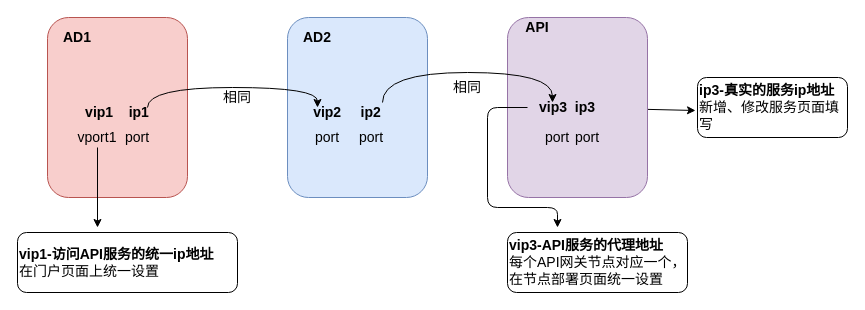
The draw.io diagram page "AD与API服务的底层ip关系" (6 of 9) of 国税总局迭代三设计.drawio in helemile/notes, before the edit. Source tidied: cells renumbered, new cells numbered last; positions are measured from the earlier drawing's top-left corner, leaving out a move shared by most shapes. Both pictures are drawn from the tidied source at 100%, with x=0, y=0 at pixel (17, 17).
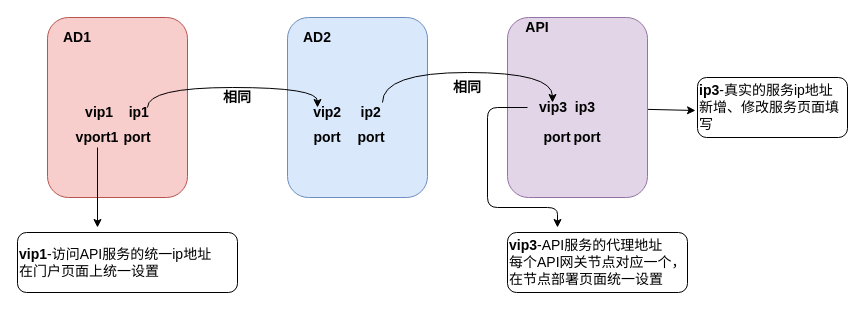
Above is the later version.

The change refers to these unchanged cells:
```xml
<mxCell id="12" value="vip3&amp;nbsp; ip3" style="text;html=1;strokeColor=none;fillColor=none;align=center;verticalAlign=middle;whiteSpace=wrap;rounded=0;fontStyle=1;fontSize=14;" parent="1" vertex="1">
  <mxGeometry x="510" y="50" width="80" height="80" as="geometry" />
</mxCell>
```

Diff of the diagram source:
```diff
@@
-    <mxCell id="2" value="&lt;b&gt;vip1-访问API服务的统一ip地址&lt;/b&gt;&lt;br&gt;在门户页面上统一设置" style="rounded=1;whiteSpace=wrap;html=1;fontSize=14;align=left;" parent="1" vertex="1">
+    <mxCell id="2" value="&lt;b&gt;vip1&lt;/b&gt;-访问API服务的统一ip地址&lt;br&gt;在门户页面上统一设置" style="rounded=1;whiteSpace=wrap;html=1;fontSize=14;align=left;fontStyle=0;" parent="1" vertex="1">
       <mxGeometry y="215" width="220" height="60" as="geometry" />
     </mxCell>
-    <mxCell id="3" style="endArrow=classic;html=1;fontSize=14;" parent="1" edge="1" source="12">
+    <mxCell id="3" style="endArrow=classic;html=1;fontSize=14;fontStyle=1;" parent="1" edge="1" source="12">
       <mxGeometry relative="1" as="geometry">
         <mxPoint x="678" y="93" as="targetPoint" />
       </mxGeometry>
     </mxCell>
@@
-    <mxCell id="15" value="相同" style="text;html=1;strokeColor=none;fillColor=none;align=center;verticalAlign=middle;whiteSpace=wrap;rounded=0;fontSize=14;" parent="1" vertex="1">
+    <mxCell id="15" value="相同" style="text;html=1;strokeColor=none;fillColor=none;align=center;verticalAlign=middle;whiteSpace=wrap;rounded=0;fontSize=14;fontStyle=1;" parent="1" vertex="1">
       <mxGeometry x="200" y="70" width="40" height="20" as="geometry" />
     </mxCell>
-    <mxCell id="16" value="相同" style="text;html=1;strokeColor=none;fillColor=none;align=center;verticalAlign=middle;whiteSpace=wrap;rounded=0;fontSize=14;" parent="1" vertex="1">
+    <mxCell id="16" value="相同" style="text;html=1;strokeColor=none;fillColor=none;align=center;verticalAlign=middle;whiteSpace=wrap;rounded=0;fontSize=14;fontStyle=1;" parent="1" vertex="1">
       <mxGeometry x="430" y="60" width="40" height="20" as="geometry" />
     </mxCell>
-    <mxCell id="17" style="endArrow=classic;html=1;fontSize=14;" parent="1" edge="1">
+    <mxCell id="17" style="endArrow=classic;html=1;fontSize=14;fontStyle=1;" parent="1" edge="1">
       <mxGeometry relative="1" as="geometry">
         <mxPoint x="80" y="130" as="sourcePoint" />
         <mxPoint x="80" y="210" as="targetPoint" />
       </mxGeometry>
     </mxCell>
-    <mxCell id="18" value="&lt;b&gt;ip3-真实的服务ip地址&lt;/b&gt;&lt;br&gt;新增、修改服务页面填写" style="rounded=1;whiteSpace=wrap;html=1;fontSize=14;align=left;" parent="1" vertex="1">
+    <mxCell id="18" value="&lt;b&gt;ip3&lt;/b&gt;-真实的服务ip地址&lt;br&gt;新增、修改服务页面填写" style="rounded=1;whiteSpace=wrap;html=1;fontSize=14;align=left;fontStyle=0;" parent="1" vertex="1">
       <mxGeometry x="680" y="60" width="150" height="60" as="geometry" />
     </mxCell>
-    <mxCell id="19" value="&lt;b&gt;vip3-API服务的代理地址&lt;/b&gt;&lt;br&gt;每个API网关节点对应一个，在节点部署页面统一设置" style="rounded=1;whiteSpace=wrap;html=1;fontSize=14;align=left;" parent="1" vertex="1">
+    <mxCell id="19" value="&lt;b&gt;vip3&lt;/b&gt;-API服务的代理地址&lt;br&gt;每个API网关节点对应一个，在节点部署页面统一设置" style="rounded=1;whiteSpace=wrap;html=1;fontSize=14;align=left;fontStyle=0;" parent="1" vertex="1">
       <mxGeometry x="490" y="215" width="180" height="60" as="geometry" />
     </mxCell>
-    <mxCell id="20" style="endArrow=classic;html=1;fontSize=14;exitX=0;exitY=0.5;exitDx=0;exitDy=0;edgeStyle=orthogonalEdgeStyle;" parent="1" edge="1" source="12">
+    <mxCell id="20" style="endArrow=classic;html=1;fontSize=14;exitX=0;exitY=0.5;exitDx=0;exitDy=0;edgeStyle=orthogonalEdgeStyle;fontStyle=1;" parent="1" edge="1" source="12">
       <mxGeometry relative="1" as="geometry">
         <mxPoint x="540" y="210" as="targetPoint" />
         <Array as="points">
           <mxPoint x="470" y="90" />
           <mxPoint x="470" y="190" />
           <mxPoint x="540" y="190" />
         </Array>
       </mxGeometry>
     </mxCell>
-    <mxCell id="21" value="vport1" style="text;html=1;strokeColor=none;fillColor=none;align=center;verticalAlign=middle;whiteSpace=wrap;rounded=0;fontSize=14;" parent="1" vertex="1">
+    <mxCell id="21" value="vport1" style="text;html=1;strokeColor=none;fillColor=none;align=center;verticalAlign=middle;whiteSpace=wrap;rounded=0;fontSize=14;fontStyle=1;" parent="1" vertex="1">
       <mxGeometry x="60" y="110" width="40" height="20" as="geometry" />
     </mxCell>
-    <mxCell id="22" value="port" style="text;html=1;strokeColor=none;fillColor=none;align=center;verticalAlign=middle;whiteSpace=wrap;rounded=0;fontSize=14;" parent="1" vertex="1">
+    <mxCell id="22" value="port" style="text;html=1;strokeColor=none;fillColor=none;align=center;verticalAlign=middle;whiteSpace=wrap;rounded=0;fontSize=14;fontStyle=1;" parent="1" vertex="1">
       <mxGeometry x="100" y="110" width="40" height="20" as="geometry" />
     </mxCell>
-    <mxCell id="23" value="port" style="text;html=1;strokeColor=none;fillColor=none;align=center;verticalAlign=middle;whiteSpace=wrap;rounded=0;fontSize=14;" parent="1" vertex="1">
+    <mxCell id="23" value="port" style="text;html=1;strokeColor=none;fillColor=none;align=center;verticalAlign=middle;whiteSpace=wrap;rounded=0;fontSize=14;fontStyle=1;" parent="1" vertex="1">
       <mxGeometry x="290" y="110" width="40" height="20" as="geometry" />
     </mxCell>
-    <mxCell id="24" value="port" style="text;html=1;strokeColor=none;fillColor=none;align=center;verticalAlign=middle;whiteSpace=wrap;rounded=0;fontSize=14;" parent="1" vertex="1">
+    <mxCell id="24" value="port" style="text;html=1;strokeColor=none;fillColor=none;align=center;verticalAlign=middle;whiteSpace=wrap;rounded=0;fontSize=14;fontStyle=1;" parent="1" vertex="1">
       <mxGeometry x="334" y="110" width="40" height="20" as="geometry" />
     </mxCell>
-    <mxCell id="25" value="port" style="text;html=1;strokeColor=none;fillColor=none;align=center;verticalAlign=middle;whiteSpace=wrap;rounded=0;fontSize=14;" parent="1" vertex="1">
+    <mxCell id="25" value="port" style="text;html=1;strokeColor=none;fillColor=none;align=center;verticalAlign=middle;whiteSpace=wrap;rounded=0;fontSize=14;fontStyle=1;" parent="1" vertex="1">
       <mxGeometry x="520" y="110" width="40" height="20" as="geometry" />
     </mxCell>
-    <mxCell id="26" value="port" style="text;html=1;strokeColor=none;fillColor=none;align=center;verticalAlign=middle;whiteSpace=wrap;rounded=0;fontSize=14;" parent="1" vertex="1">
+    <mxCell id="26" value="port" style="text;html=1;strokeColor=none;fillColor=none;align=center;verticalAlign=middle;whiteSpace=wrap;rounded=0;fontSize=14;fontStyle=1;" parent="1" vertex="1">
       <mxGeometry x="550" y="110" width="40" height="20" as="geometry" />
     </mxCell>
```
